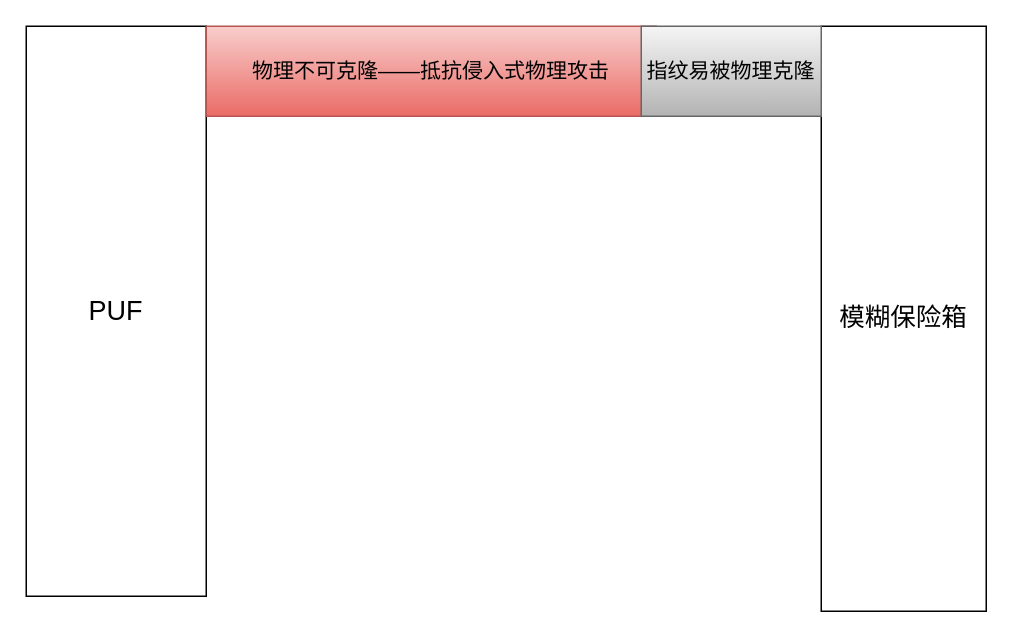
vegetable-cock/drawio- keeps this draw.io diagram as 未命名绘图.drawio. Above is the earlier version. Source tidied: cells renumbered, new cells numbered last; positions are measured from the earlier drawing's top-left corner, leaving out a move shared by most shapes. Both pictures are drawn from the tidied source at 150%, with x=0, y=0 at pixel (26, 26).
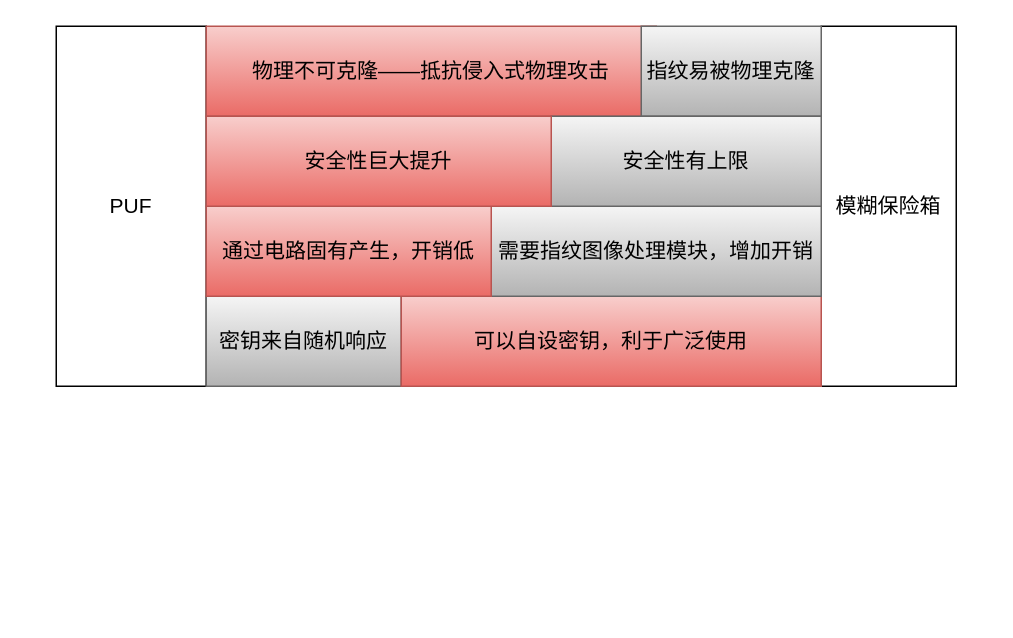
The same diagram, later.

Commit message:
更新未命名绘图.drawio

What changed in the source:
```diff
@@
 <mxGraphModel>
   <root>
     <mxCell id="0" />
     <mxCell id="1" parent="0" />
-    <mxCell id="2" value="PUF" style="rounded=0;whiteSpace=wrap;html=1;fontSize=18;" parent="1" vertex="1">
-      <mxGeometry width="120" height="380" as="geometry" />
+    <mxCell id="2" value="PUF" style="rounded=0;whiteSpace=wrap;html=1;fontSize=14;" parent="1" vertex="1">
+      <mxGeometry x="20" width="100" height="240" as="geometry" />
     </mxCell>
-    <mxCell id="3" value="模糊保险箱" style="rounded=0;whiteSpace=wrap;html=1;fontSize=17;" parent="1" vertex="1">
-      <mxGeometry x="530" width="110" height="390" as="geometry" />
+    <mxCell id="3" value="模糊保险箱" style="rounded=0;whiteSpace=wrap;html=1;fontSize=14;" parent="1" vertex="1">
+      <mxGeometry x="530" width="90" height="240" as="geometry" />
     </mxCell>
     <mxCell id="4" value="物理不可克隆——抵抗侵入式物理攻击" style="rounded=0;whiteSpace=wrap;html=1;fillColor=#f8cecc;strokeColor=#b85450;gradientColor=#ea6b66;fontSize=14;" parent="1" vertex="1">
       <mxGeometry x="120" width="300" height="60" as="geometry" />
     </mxCell>
     <mxCell id="5" value="指纹易被物理克隆" style="rounded=0;whiteSpace=wrap;html=1;fillColor=#f5f5f5;strokeColor=#666666;gradientColor=#b3b3b3;fontSize=14;" parent="1" vertex="1">
       <mxGeometry x="410" width="120" height="60" as="geometry" />
     </mxCell>
+    <mxCell id="6" style="group;" parent="1" vertex="1">
+      <mxGeometry x="120" y="180" width="410" height="60" as="geometry" />
+    </mxCell>
+    <mxCell id="7" value="密钥来自随机响应" style="rounded=0;whiteSpace=wrap;html=1;fontSize=14;fillColor=#f5f5f5;gradientColor=#b3b3b3;strokeColor=#666666;" parent="6" vertex="1">
+      <mxGeometry width="130" height="60" as="geometry" />
+    </mxCell>
+    <mxCell id="8" value="可以自设密钥，利于广泛使用" style="rounded=0;whiteSpace=wrap;html=1;fontSize=14;fillColor=#f8cecc;gradientColor=#ea6b66;strokeColor=#b85450;" parent="6" vertex="1">
+      <mxGeometry x="130" width="280" height="60" as="geometry" />
+    </mxCell>
+    <mxCell id="9" style="group;" parent="1" vertex="1">
+      <mxGeometry x="120" y="120" width="410" height="60" as="geometry" />
+    </mxCell>
+    <mxCell id="10" value="需要指纹图像处理模块，增加开销" style="rounded=0;whiteSpace=wrap;html=1;fontSize=14;fillColor=#f5f5f5;gradientColor=#b3b3b3;strokeColor=#666666;" parent="9" vertex="1">
+      <mxGeometry x="190" width="220" height="60" as="geometry" />
+    </mxCell>
+    <mxCell id="11" value="通过电路固有产生，开销低" style="rounded=0;whiteSpace=wrap;html=1;fontSize=14;fillColor=#f8cecc;gradientColor=#ea6b66;strokeColor=#b85450;" parent="9" vertex="1">
+      <mxGeometry width="190" height="60" as="geometry" />
+    </mxCell>
+    <mxCell id="12" value="安全性有上限" style="rounded=0;whiteSpace=wrap;html=1;fontSize=14;fillColor=#f5f5f5;gradientColor=#b3b3b3;strokeColor=#666666;" parent="1" vertex="1">
+      <mxGeometry x="350" y="60" width="180" height="60" as="geometry" />
+    </mxCell>
+    <mxCell id="13" value="安全性巨大提升" style="rounded=0;whiteSpace=wrap;html=1;fontSize=14;fillColor=#f8cecc;gradientColor=#ea6b66;strokeColor=#b85450;" parent="1" vertex="1">
+      <mxGeometry x="120" y="60" width="230" height="60" as="geometry" />
+    </mxCell>
   </root>
 </mxGraphModel>
```
